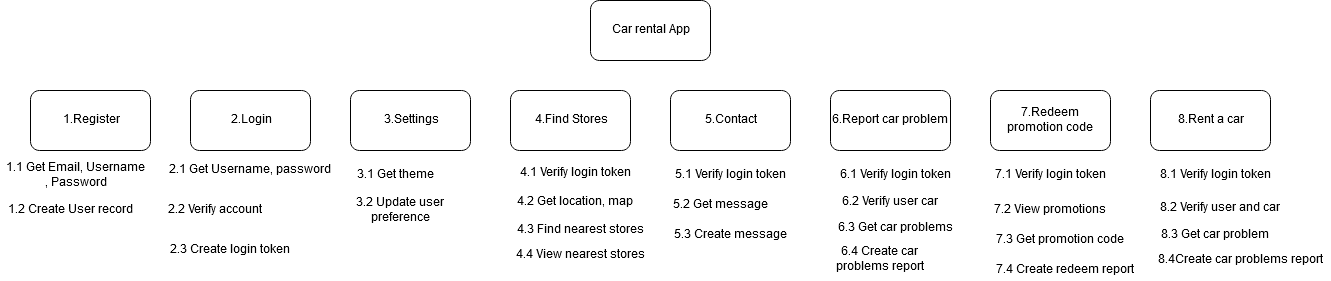
ICT-Mahidol/2019-ITCS371-2-ORgates keeps this draw.io diagram as functionaldecomposition.png. Above is the earlier version. Source tidied: cells renumbered, new cells last; positions are measured from the earlier drawing's top-left corner, leaving out a move shared by most shapes.
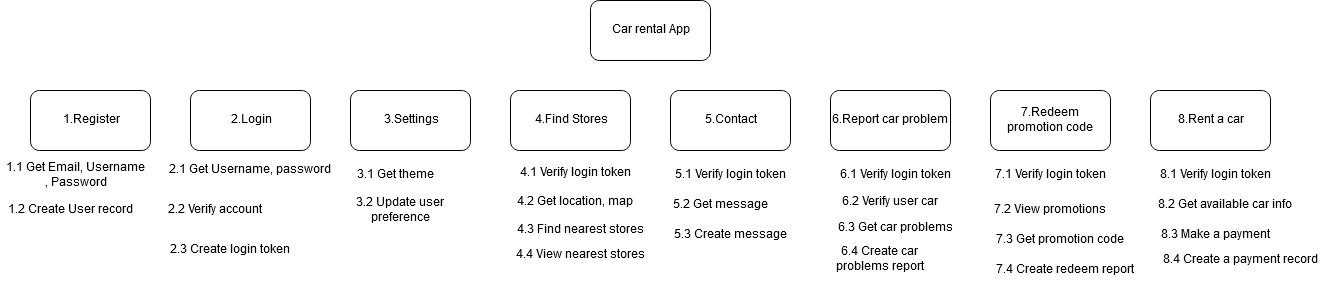
The same diagram one commit later.

What changed in the source:
```diff
@@ -98,14 +98,14 @@
     <mxCell id="33" value="&lt;div&gt;8.1 Verify login token&lt;/div&gt;" style="text;html=1;align=center;verticalAlign=middle;" parent="1" vertex="1">
       <mxGeometry x="1150" y="165" width="130" height="20" as="geometry" />
     </mxCell>
-    <mxCell id="34" value="8.2 Verify user and car" style="text;html=1;align=center;verticalAlign=middle;" parent="1" vertex="1">
-      <mxGeometry x="1150" y="198" width="140" height="20" as="geometry" />
+    <mxCell id="34" value="8.2 Get available car info" style="text;html=1;align=center;verticalAlign=middle;" parent="1" vertex="1">
+      <mxGeometry x="1150" y="195" width="150" height="20" as="geometry" />
     </mxCell>
-    <mxCell id="35" value="8.3 Get car problem" style="text;html=1;align=center;verticalAlign=middle;" parent="1" vertex="1">
+    <mxCell id="35" value="8.3 Make a payment" style="text;html=1;align=center;verticalAlign=middle;" parent="1" vertex="1">
       <mxGeometry x="1155" y="224.5" width="120" height="20" as="geometry" />
     </mxCell>
-    <mxCell id="36" value="8.4Create car problems report" style="text;html=1;align=center;verticalAlign=middle;" parent="1" vertex="1">
-      <mxGeometry x="1150" y="249.5" width="180" height="20" as="geometry" />
+    <mxCell id="36" value="8.4 Create a payment record" style="text;html=1;align=center;verticalAlign=middle;" parent="1" vertex="1">
+      <mxGeometry x="1155" y="249.5" width="170" height="20" as="geometry" />
     </mxCell>
   </root>
 </mxGraphModel>
```
